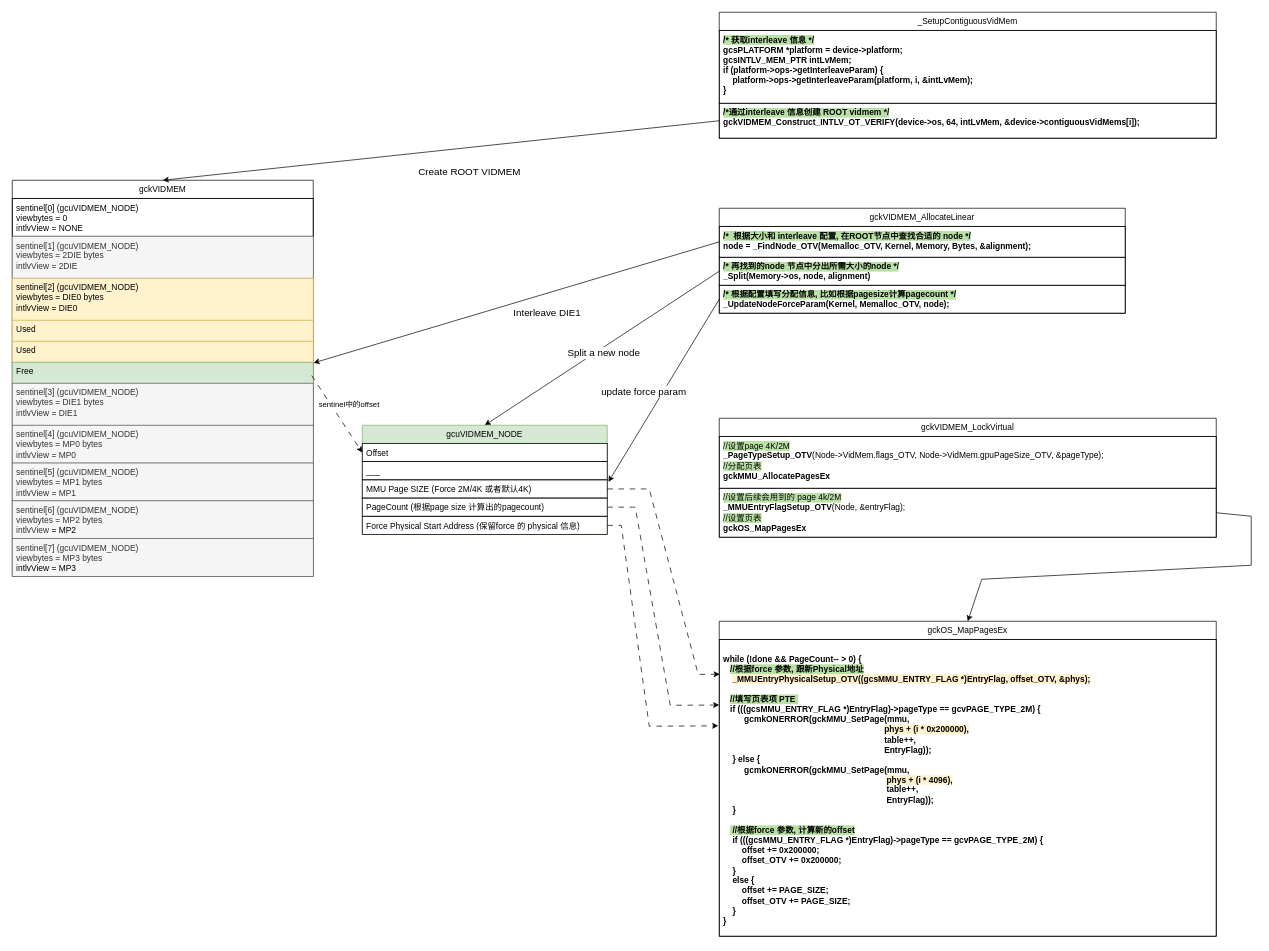
evolution124/mydiagram keeps this draw.io diagram as intlv.drawio. Above is the earlier version. Source tidied: cells renumbered, new cells numbered last; positions are measured from the earlier drawing's top-left corner, leaving out a move shared by most shapes. Both pictures are drawn from the tidied source at 70%, with x=0, y=0 at pixel (12, 12).
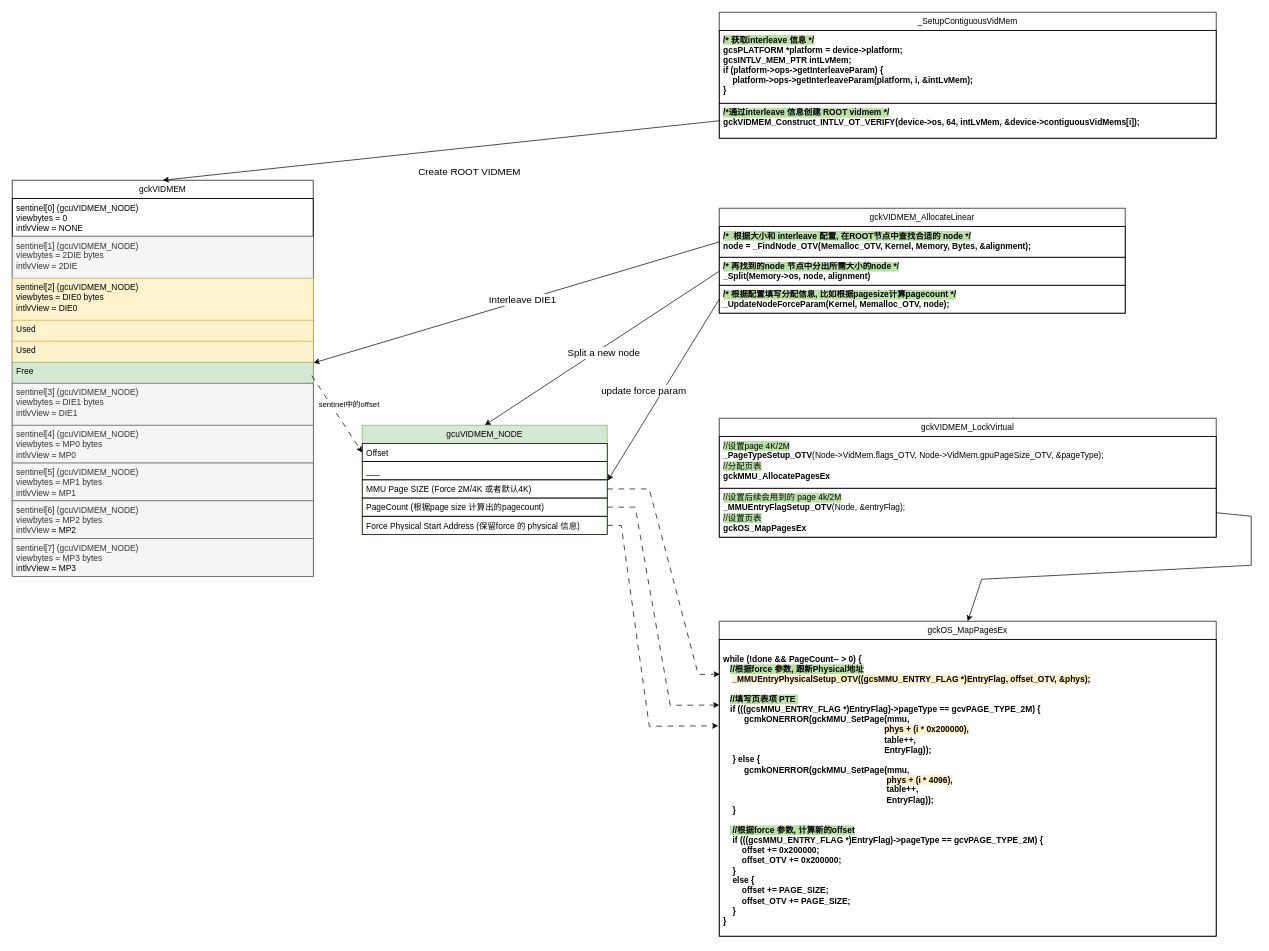
After the change.

Unchanged cells that the change refers to:
```xml
<mxCell id="17" value="&lt;div&gt;&lt;b style=&quot;background-color: rgb(185, 224, 165);&quot;&gt;/* 根据配置填写分配信息, 比如根据pagesize计算pagecount */&lt;/b&gt;&lt;/div&gt;&lt;b&gt;_UpdateNodeForceParam(Kernel, Memalloc_OTV, node);&lt;/b&gt;" style="text;strokeColor=default;fillColor=none;align=left;verticalAlign=top;spacingLeft=4;spacingRight=4;overflow=hidden;points=[[0,0.5],[1,0.5]];portConstraint=eastwest;whiteSpace=wrap;html=1;" parent="14" vertex="1">
  <mxGeometry y="110" width="580" height="40" as="geometry" />
</mxCell>
<mxCell id="18" style="endArrow=classic;html=1;rounded=0;entryX=1.001;entryY=0.031;entryDx=0;entryDy=0;exitX=0;exitY=0.5;exitDx=0;exitDy=0;entryPerimeter=0;" parent="1" edge="1" source="15" target="8">
  <mxGeometry relative="1" as="geometry" />
</mxCell>
<mxCell id="24" value="___" style="text;strokeColor=default;fillColor=none;align=left;verticalAlign=top;spacingLeft=4;spacingRight=4;overflow=hidden;points=[[0,0.5],[1,0.5]];portConstraint=eastwest;whiteSpace=wrap;html=1;" parent="22" vertex="1">
  <mxGeometry y="52" width="350" height="26" as="geometry" />
</mxCell>
<mxCell id="25" value="MMU Page SIZE (Force 2M/4K 或者默认4K)" style="text;strokeColor=default;fillColor=none;align=left;verticalAlign=top;spacingLeft=4;spacingRight=4;overflow=hidden;points=[[0,0.5],[1,0.5]];portConstraint=eastwest;whiteSpace=wrap;html=1;" parent="22" vertex="1">
  <mxGeometry y="78" width="350" height="26" as="geometry" />
</mxCell>
```

What changed in the source:
```diff
@@
     <mxCell id="19" value="Interleave DIE1" style="edgeLabel;html=1;align=center;verticalAlign=middle;fontSize=14;" parent="18" vertex="1">
       <mxGeometry x="-0.34" y="-2" relative="1" as="geometry">
-        <mxPoint x="-54" y="46" as="offset" />
+        <mxPoint x="-89" y="27" as="offset" />
       </mxGeometry>
     </mxCell>
@@
-    <mxCell id="28" style="endArrow=classic;html=1;rounded=0;exitX=0;exitY=0.5;exitDx=0;exitDy=0;entryX=1.005;entryY=1.111;entryDx=0;entryDy=0;entryPerimeter=0;" parent="1" edge="1" source="17" target="24">
+    <mxCell id="28" style="endArrow=classic;html=1;rounded=0;exitX=0;exitY=0.5;exitDx=0;exitDy=0;entryX=1.002;entryY=0.038;entryDx=0;entryDy=0;entryPerimeter=0;" parent="1" edge="1" source="17" target="25">
       <mxGeometry relative="1" as="geometry" />
     </mxCell>
```
